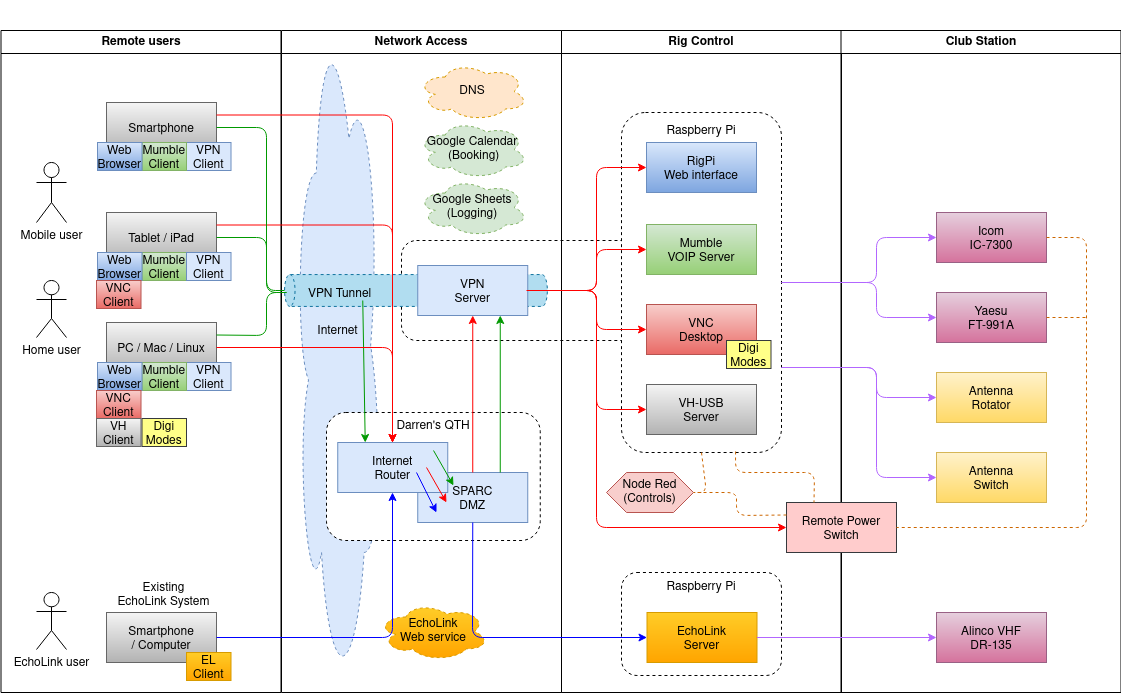
The draw.io diagram diagrams/SPARC Club Station Remote Control-Component model.png in StevPem/SPARC-Club-Station-Remote-Control, before a commit. Source tidied: cells renumbered, new cells last; positions are measured from the earlier drawing's top-left corner, leaving out a move shared by most shapes.
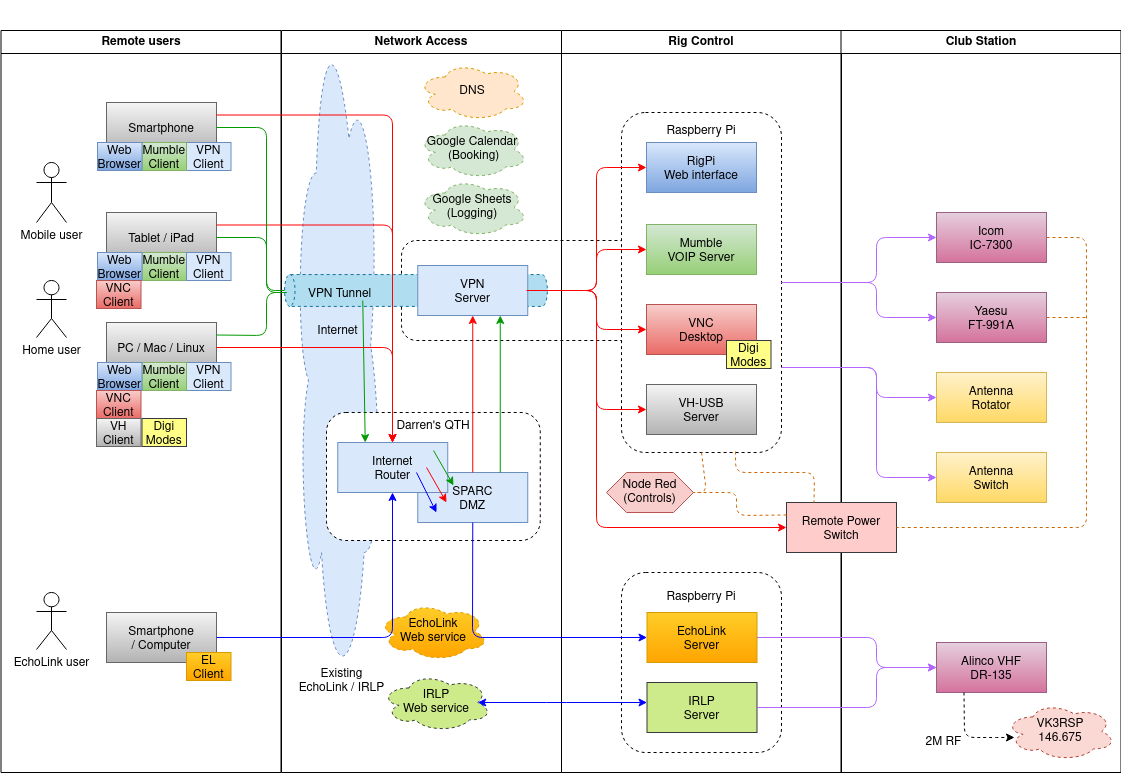
The same diagram one commit later.

What changed in the source:
```diff
@@ -2,11 +2,11 @@
   <root>
     <mxCell id="0" />
     <mxCell id="1" parent="0" />
-    <mxCell id="2" value="&lt;div&gt;Raspberry Pi&lt;/div&gt;&lt;div&gt;&lt;br&gt;&lt;/div&gt;&lt;div&gt;&lt;br&gt;&lt;/div&gt;&lt;div&gt;&lt;br&gt;&lt;/div&gt;&lt;div&gt;&lt;br&gt;&lt;/div&gt;&lt;div&gt;&lt;br&gt;&lt;/div&gt;" style="rounded=1;whiteSpace=wrap;html=1;dashed=1;" parent="1" vertex="1">
-      <mxGeometry x="621" y="572" width="160" height="103" as="geometry" />
+    <mxCell id="2" value="&lt;div&gt;Raspberry Pi&lt;/div&gt;&lt;div&gt;&lt;br&gt;&lt;/div&gt;&lt;div&gt;&lt;br&gt;&lt;/div&gt;&lt;div&gt;&lt;br&gt;&lt;/div&gt;&lt;div&gt;&lt;br&gt;&lt;/div&gt;&lt;div&gt;&lt;br&gt;&lt;/div&gt;&lt;div&gt;&lt;br&gt;&lt;/div&gt;&lt;div&gt;&lt;br&gt;&lt;/div&gt;&lt;div&gt;&lt;br&gt;&lt;/div&gt;&lt;div&gt;&lt;br&gt;&lt;/div&gt;" style="rounded=1;whiteSpace=wrap;html=1;dashed=1;" parent="1" vertex="1">
+      <mxGeometry x="621" y="572" width="160" height="180" as="geometry" />
     </mxCell>
     <mxCell id="3" value="Remote users" style="swimlane;whiteSpace=wrap;" parent="1" vertex="1">
-      <mxGeometry x="0.5" y="30" width="280" height="662" as="geometry" />
+      <mxGeometry x="0.5" y="30" width="280" height="742" as="geometry" />
     </mxCell>
     <mxCell id="4" value="Smartphone" style="gradientColor=#b3b3b3;fillColor=#f5f5f5;strokeColor=#666666;" parent="3" vertex="1">
       <mxGeometry x="105.5" y="72" width="110" height="50" as="geometry" />
@@ -62,11 +62,8 @@
     <mxCell id="21" value="VH&#10;Client" style="fillColor=#f5f5f5;strokeColor=#666666;gradientColor=#b3b3b3;" parent="3" vertex="1">
       <mxGeometry x="95.5" y="388" width="44.5" height="28" as="geometry" />
     </mxCell>
-    <mxCell id="22" value="&lt;div align=&quot;center&quot;&gt;Existing EchoLink System&lt;/div&gt;" style="text;whiteSpace=wrap;html=1;align=center;" parent="3" vertex="1">
-      <mxGeometry x="115.5" y="544" width="94.5" height="38" as="geometry" />
-    </mxCell>
     <mxCell id="23" value="Rig Control" style="swimlane;whiteSpace=wrap;" parent="1" vertex="1">
-      <mxGeometry x="561" y="30" width="280" height="662" as="geometry" />
+      <mxGeometry x="561" y="30" width="280" height="742" as="geometry" />
     </mxCell>
     <mxCell id="24" value="EchoLink&#10;Server" style="fillColor=#ffcd28;strokeColor=#d79b00;gradientColor=#ffa500;" parent="23" vertex="1">
       <mxGeometry x="85.5" y="582" width="110" height="50" as="geometry" />
@@ -102,11 +99,14 @@
         </Array>
       </mxGeometry>
     </mxCell>
+    <mxCell id="84" value="IRLP&#10;Server" style="fillColor=#cdeb8b;strokeColor=#36393d;" parent="23" vertex="1">
+      <mxGeometry x="85.5" y="652" width="110" height="50" as="geometry" />
+    </mxCell>
     <mxCell id="34" value="Club Station" style="swimlane;whiteSpace=wrap;" parent="1" vertex="1">
-      <mxGeometry x="840.5" y="30" width="280" height="662" as="geometry" />
+      <mxGeometry x="840.5" y="30" width="280" height="742" as="geometry" />
     </mxCell>
     <mxCell id="35" value="Alinco VHF&#10;DR-135" style="fillColor=#e6d0de;strokeColor=#996185;gradientColor=#d5739d;" parent="34" vertex="1">
-      <mxGeometry x="95.5" y="582" width="110" height="50" as="geometry" />
+      <mxGeometry x="95.5" y="612" width="110" height="50" as="geometry" />
     </mxCell>
     <mxCell id="36" value="Icom&#10;IC-7300" style="fillColor=#e6d0de;strokeColor=#996185;gradientColor=#d5739d;" parent="34" vertex="1">
       <mxGeometry x="95.5" y="182" width="110" height="50" as="geometry" />
@@ -125,11 +125,25 @@
     <mxCell id="40" value="Antenna&#10;Switch" style="fillColor=#fff2cc;strokeColor=#d6b656;gradientColor=#ffd966;" parent="34" vertex="1">
       <mxGeometry x="95.5" y="422" width="110" height="50" as="geometry" />
     </mxCell>
+    <mxCell id="85" value="VK3RSP&lt;br&gt;146.675" style="ellipse;shape=cloud;whiteSpace=wrap;html=1;rotation=0;fillColor=#fad9d5;strokeColor=#ae4132;dashed=1;" parent="34" vertex="1">
+      <mxGeometry x="164.5" y="672" width="110" height="58" as="geometry" />
+    </mxCell>
+    <mxCell id="86" style="endArrow=classic;html=1;entryX=0.082;entryY=0.603;entryDx=0;entryDy=0;exitX=0.25;exitY=1;exitDx=0;exitDy=0;entryPerimeter=0;dashed=1;" parent="34" edge="1" source="35" target="85">
+      <mxGeometry relative="1" as="geometry">
+        <Array as="points">
+          <mxPoint x="123.5" y="707" />
+          <mxPoint x="145.5" y="707" />
+        </Array>
+      </mxGeometry>
+    </mxCell>
+    <mxCell id="87" value="2M RF" style="text;whiteSpace=wrap;html=1;align=center;" parent="34" vertex="1">
+      <mxGeometry x="75.5" y="698" width="54.5" height="28" as="geometry" />
+    </mxCell>
     <mxCell id="41" value="Mobile user" style="shape=umlActor;verticalLabelPosition=bottom;verticalAlign=top;html=1;" parent="1" vertex="1">
       <mxGeometry x="36" y="162" width="30" height="60" as="geometry" />
     </mxCell>
     <mxCell id="42" value="Network Access" style="swimlane;whiteSpace=wrap;" parent="1" vertex="1">
-      <mxGeometry x="281" y="30" width="280" height="662" as="geometry" />
+      <mxGeometry x="281" y="30" width="280" height="742" as="geometry" />
     </mxCell>
     <mxCell id="43" value="&lt;div&gt;Internet&lt;/div&gt;&lt;div&gt;&lt;br&gt;&lt;/div&gt;&lt;div&gt;&lt;br&gt;&lt;/div&gt;" style="ellipse;shape=cloud;whiteSpace=wrap;html=1;dashed=1;rotation=0;fillColor=#dae8fc;strokeColor=#6c8ebf;" parent="42" vertex="1">
       <mxGeometry x="13.1" y="-30" width="86.9" height="690" as="geometry" />
@@ -173,6 +187,12 @@
     <mxCell id="56" value="&lt;div&gt;EchoLink&lt;/div&gt;&lt;div&gt;Web service&lt;br&gt;&lt;/div&gt;" style="ellipse;shape=cloud;whiteSpace=wrap;html=1;rotation=0;fillColor=#ffcd28;strokeColor=#d79b00;gradientColor=#ffa500;dashed=1;" parent="42" vertex="1">
       <mxGeometry x="96.9" y="572" width="110" height="58" as="geometry" />
     </mxCell>
+    <mxCell id="88" value="&lt;div&gt;IRLP&lt;/div&gt;&lt;div&gt;Web service&lt;br&gt;&lt;/div&gt;" style="ellipse;shape=cloud;whiteSpace=wrap;html=1;rotation=0;fillColor=#cdeb8b;strokeColor=#36393d;dashed=1;" parent="42" vertex="1">
+      <mxGeometry x="100" y="643" width="110" height="58" as="geometry" />
+    </mxCell>
+    <mxCell id="22" value="&lt;div align=&quot;center&quot;&gt;Existing EchoLink / IRLP&lt;br&gt;&lt;/div&gt;" style="text;whiteSpace=wrap;html=1;align=center;" parent="42" vertex="1">
+      <mxGeometry x="13.1" y="630" width="94.5" height="38" as="geometry" />
+    </mxCell>
     <mxCell id="57" value="Remote Power&#10;Switch" style="fillColor=#ffcccc;strokeColor=#36393d;" parent="1" vertex="1">
       <mxGeometry x="786" y="502" width="110" height="50" as="geometry" />
     </mxCell>
@@ -236,7 +256,12 @@
       </mxGeometry>
     </mxCell>
     <mxCell id="64" style="endArrow=classic;html=1;entryX=0;entryY=0.5;entryDx=0;entryDy=0;exitX=1;exitY=0.5;exitDx=0;exitDy=0;strokeColor=#B266FF;" parent="1" edge="1" source="24" target="35">
-      <mxGeometry relative="1" as="geometry" />
+      <mxGeometry relative="1" as="geometry">
+        <Array as="points">
+          <mxPoint x="876" y="637" />
+          <mxPoint x="876" y="667" />
+        </Array>
+      </mxGeometry>
     </mxCell>
     <mxCell id="65" style="edgeStyle=elbowEdgeStyle;elbow=horizontal;strokeColor=#0000FF;endArrow=classic;rounded=1;entryX=0.5;entryY=1;entryDx=0;entryDy=0;exitX=1;exitY=0.5;exitDx=0;exitDy=0;" parent="1" edge="1" source="8" target="46">
       <mxGeometry relative="1" as="geometry">
@@ -410,5 +435,22 @@
         </Array>
       </mxGeometry>
     </mxCell>
+    <mxCell id="89" style="endArrow=classic;html=1;entryX=0;entryY=0.5;entryDx=0;entryDy=0;exitX=1;exitY=0.5;exitDx=0;exitDy=0;strokeColor=#B266FF;" parent="1" edge="1" source="84" target="35">
+      <mxGeometry relative="1" as="geometry">
+        <Array as="points">
+          <mxPoint x="876" y="707" />
+          <mxPoint x="876" y="667" />
+        </Array>
+      </mxGeometry>
+    </mxCell>
+    <mxCell id="90" style="edgeStyle=elbowEdgeStyle;elbow=horizontal;strokeColor=#0000FF;endArrow=classic;rounded=1;entryX=0.875;entryY=0.5;entryDx=0;entryDy=0;entryPerimeter=0;startArrow=classic;startFill=1;" parent="1" edge="1" source="84" target="88">
+      <mxGeometry relative="1" as="geometry">
+        <Array as="points">
+          <mxPoint x="556" y="702" />
+          <mxPoint x="196" y="461" />
+          <mxPoint x="140.5" y="390" />
+        </Array>
+      </mxGeometry>
+    </mxCell>
   </root>
 </mxGraphModel>
```
